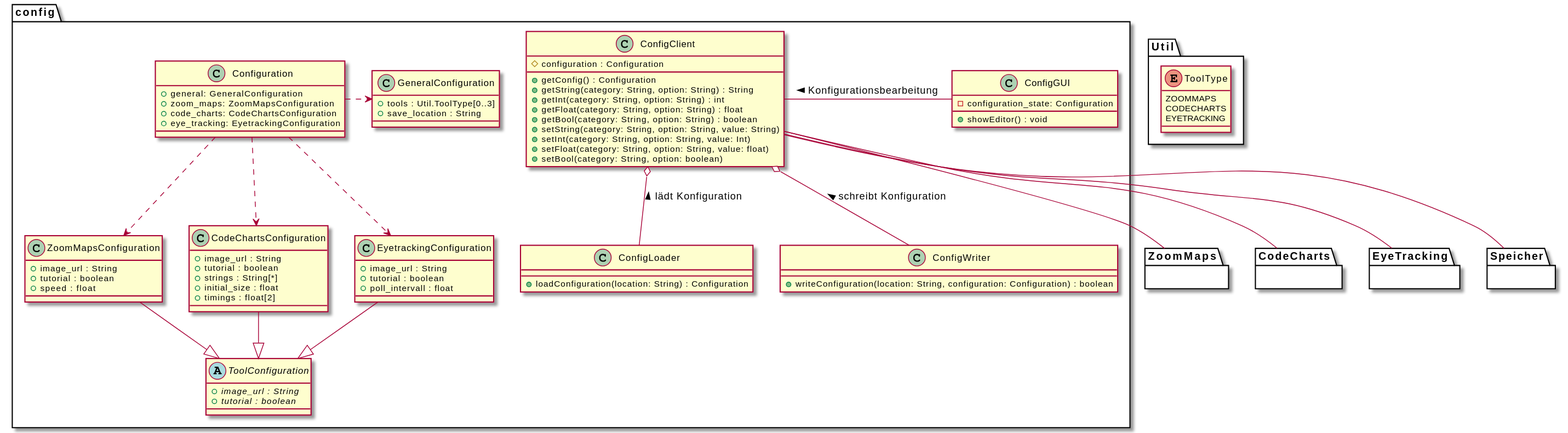
This is meilenstein_03/uml-config/config.svg from weichware10/meilensteine, a PlantUML export, as it was before one commit.
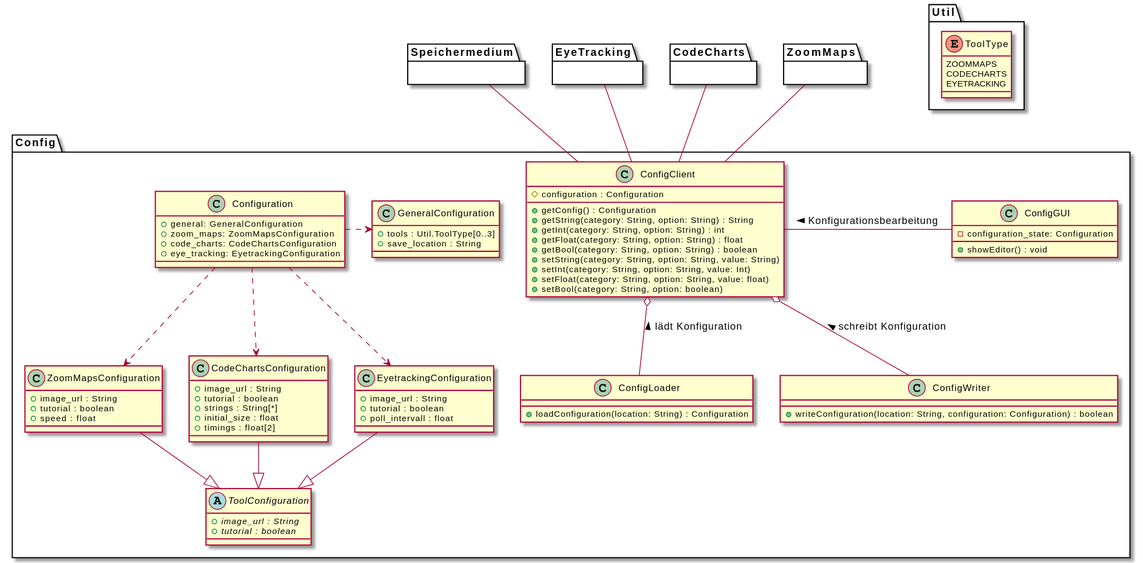
The same diagram one commit later.

Commit message:
Render PlantUML SVGs

Change to the diagram source:
```diff
@@ -1,95 +1,95 @@
 @startuml
 package Util {
-  enum ToolType {
-  ZOOMMAPS
-  CODECHARTS
-  EYETRACKING
-  }
+    enum ToolType {
+        ZOOMMAPS
+        CODECHARTS
+        EYETRACKING
+    }
 }
 
 
 package ZoomMaps {}
 package CodeCharts {}
 package EyeTracking {}
-package Speicher {}
+package Speichermedium {}
 
-package config {
-  class ConfigClient {
-    # configuration : Configuration
-    + getConfig() : Configuration
-    + getString(category: String, option: String) : String
-    + getInt(category: String, option: String) : int
-    + getFloat(category: String, option: String) : float
-    + getBool(category: String, option: String) : boolean
-    + setString(category: String, option: String, value: String)
-    + setInt(category: String, option: String, value: Int)
-    + setFloat(category: String, option: String, value: float)
-    + setBool(category: String, option: boolean)
-  }
+package Config {
+    class ConfigClient {
+        # configuration : Configuration
+        + getConfig() : Configuration
+        + getString(category: String, option: String) : String
+        + getInt(category: String, option: String) : int
+        + getFloat(category: String, option: String) : float
+        + getBool(category: String, option: String) : boolean
+        + setString(category: String, option: String, value: String)
+        + setInt(category: String, option: String, value: Int)
+        + setFloat(category: String, option: String, value: float)
+        + setBool(category: String, option: boolean)
+    }
 
-  class ConfigLoader {
-    + loadConfiguration(location: String) : Configuration
-  }
+    class ConfigLoader {
+        + loadConfiguration(location: String) : Configuration
+    }
 
-  class ConfigWriter {
-    + writeConfiguration(location: String, configuration: Configuration) : boolean
-  }
+    class ConfigWriter {
+        + writeConfiguration(location: String, configuration: Configuration) : boolean
+    }
 
-  class ConfigGUI {
-    - configuration_state: Configuration
-    + showEditor() : void
-  }
+    class ConfigGUI {
+        - configuration_state: Configuration
+        + showEditor() : void
+    }
 
-  class Configuration {
-    + general: GeneralConfiguration
-    + zoom_maps: ZoomMapsConfiguration
-    + code_charts: CodeChartsConfiguration
-    + eye_tracking: EyetrackingConfiguration
-  }
-  class GeneralConfiguration {
-    + tools : Util.ToolType[0..3]
-    + save_location : String
-  }
-  class ZoomMapsConfiguration {
-    + image_url : String
-    + tutorial : boolean
-    + speed : float
-  }
-  class CodeChartsConfiguration {
-    + image_url : String
-    + tutorial : boolean
-    + strings : String[*]
-    + initial_size : float
-    + timings : float[2]
-  }
-  class EyetrackingConfiguration {
-    + image_url : String
-    + tutorial : boolean
-    + poll_intervall : float
-  }
-  abstract ToolConfiguration {
-    + {abstract} image_url : String
-    + {abstract} tutorial : boolean
-  }
+    class Configuration {
+        + general: GeneralConfiguration
+        + zoom_maps: ZoomMapsConfiguration
+        + code_charts: CodeChartsConfiguration
+        + eye_tracking: EyetrackingConfiguration
+    }
+    class GeneralConfiguration {
+        + tools : Util.ToolType[0..3]
+        + save_location : String
+    }
+    class ZoomMapsConfiguration {
+        + image_url : String
+        + tutorial : boolean
+        + speed : float
+    }
+    class CodeChartsConfiguration {
+        + image_url : String
+        + tutorial : boolean
+        + strings : String[*]
+        + initial_size : float
+        + timings : float[2]
+    }
+    class EyetrackingConfiguration {
+        + image_url : String
+        + tutorial : boolean
+        + poll_intervall : float
+    }
+    abstract ToolConfiguration {
+        + {abstract} image_url : String
+        + {abstract} tutorial : boolean
+    }
 
 
-  ConfigClient o-- ConfigLoader : < lädt Konfiguration
+    ConfigClient o-- ConfigLoader : < lädt Konfiguration
 
-  ConfigClient o-- ConfigWriter : < schreibt Konfiguration
+    ConfigClient o-- ConfigWriter : < schreibt Konfiguration
 
-  ConfigClient -r- ConfigGUI : < Konfigurationsbearbeitung
+    ConfigClient -r- ConfigGUI : < Konfigurationsbearbeitung
 
-  Configuration .r.> GeneralConfiguration
-  Configuration ..> ZoomMapsConfiguration
-  Configuration ..> CodeChartsConfiguration
-  Configuration ..> EyetrackingConfiguration
+    Configuration .r.> GeneralConfiguration
+    Configuration ..> ZoomMapsConfiguration
+    Configuration ..> CodeChartsConfiguration
+    Configuration ..> EyetrackingConfiguration
 
-  ZoomMapsConfiguration --|> ToolConfiguration
-  CodeChartsConfiguration --|> ToolConfiguration
-  EyetrackingConfiguration --|> ToolConfiguration
+    ZoomMapsConfiguration --|> ToolConfiguration
+    CodeChartsConfiguration --|> ToolConfiguration
+    EyetrackingConfiguration --|> ToolConfiguration
 }
-ConfigClient -- ZoomMaps
-ConfigClient -- CodeCharts
-ConfigClient -- EyeTracking
-ConfigClient -- Speicher
+ConfigClient -u- ZoomMaps
+ConfigClient -u- CodeCharts
+ConfigClient -u- EyeTracking
+ConfigClient -u- Speichermedium
 @enduml
```
